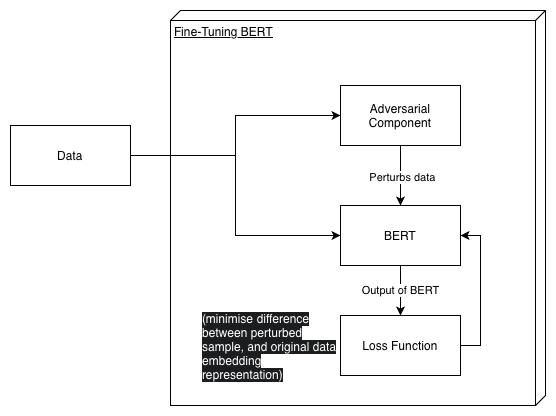
The draw.io diagram Report/BERT-finetuning.drawio.png in sadjordan/Detecting-Fake-News-with-Deep-Learning, before a commit. Source tidied: cells renumbered, new cells last; positions are measured from the earlier drawing's top-left corner, leaving out a move shared by most shapes. The source it was exported from:
```xml
<mxGraphModel>
  <root>
    <mxCell id="0" />
    <mxCell id="1" parent="0" />
    <mxCell id="2" value="Fine-Tuning BERT&lt;div&gt;&lt;br&gt;&lt;/div&gt;" style="verticalAlign=top;align=left;spacingTop=8;spacingLeft=2;spacingRight=12;shape=cube;size=10;direction=south;fontStyle=4;html=1;whiteSpace=wrap;" parent="1" vertex="1">
      <mxGeometry x="160" width="375" height="395" as="geometry" />
    </mxCell>
    <mxCell id="3" style="edgeStyle=orthogonalEdgeStyle;rounded=0;jettySize=auto;html=1;entryX=0;entryY=0.5;entryDx=0;entryDy=0;" parent="1" edge="1" source="5" target="10">
      <mxGeometry relative="1" as="geometry" />
    </mxCell>
    <mxCell id="4" style="edgeStyle=orthogonalEdgeStyle;rounded=0;jettySize=auto;html=1;entryX=0;entryY=0.5;entryDx=0;entryDy=0;" parent="1" edge="1" source="5" target="7">
      <mxGeometry relative="1" as="geometry" />
    </mxCell>
    <mxCell id="5" value="Data" style="rounded=0;whiteSpace=wrap;html=1;" parent="1" vertex="1">
      <mxGeometry y="115" width="120" height="60" as="geometry" />
    </mxCell>
    <mxCell id="6" value="Output of BERT" style="edgeStyle=orthogonalEdgeStyle;rounded=0;jettySize=auto;html=1;entryX=0.5;entryY=0;entryDx=0;entryDy=0;" parent="1" edge="1" source="7" target="13">
      <mxGeometry relative="1" as="geometry" />
    </mxCell>
    <mxCell id="7" value="BERT" style="rounded=0;whiteSpace=wrap;html=1;" parent="1" vertex="1">
      <mxGeometry x="330" y="195" width="120" height="60" as="geometry" />
    </mxCell>
    <mxCell id="8" style="edgeStyle=orthogonalEdgeStyle;rounded=0;jettySize=auto;html=1;entryX=0.5;entryY=0;entryDx=0;entryDy=0;" parent="1" edge="1" source="10" target="7">
      <mxGeometry relative="1" as="geometry" />
    </mxCell>
    <mxCell id="9" value="Perturbs data" style="edgeLabel;html=1;align=center;verticalAlign=middle;" parent="8" vertex="1">
      <mxGeometry x="0.05" y="1" relative="1" as="geometry" />
    </mxCell>
    <mxCell id="10" value="Adversarial Component" style="rounded=0;whiteSpace=wrap;html=1;" parent="1" vertex="1">
      <mxGeometry x="330" y="75" width="120" height="60" as="geometry" />
    </mxCell>
    <mxCell id="11" value="&lt;span style=&quot;caret-color: rgb(255, 255, 255); color: rgb(255, 255, 255); font-family: Helvetica; font-size: 12px; font-style: normal; font-variant-caps: normal; font-weight: 400; letter-spacing: normal; text-align: center; text-indent: 0px; text-transform: none; white-space: normal; word-spacing: 0px; -webkit-text-stroke-width: 0px; background-color: rgb(27, 29, 30); text-decoration: none; float: none; display: inline !important;&quot;&gt;(minimise difference between perturbed sample, and original data embedding representation)&lt;/span&gt;" style="text;whiteSpace=wrap;html=1;" parent="1" vertex="1">
      <mxGeometry x="190" y="295" width="140" height="60" as="geometry" />
    </mxCell>
    <mxCell id="12" style="edgeStyle=orthogonalEdgeStyle;rounded=0;jettySize=auto;html=1;entryX=1;entryY=0.5;entryDx=0;entryDy=0;" parent="1" edge="1" source="13" target="7">
      <mxGeometry relative="1" as="geometry">
        <Array as="points">
          <mxPoint x="470" y="335" />
          <mxPoint x="470" y="225" />
        </Array>
      </mxGeometry>
    </mxCell>
    <mxCell id="13" value="Loss Function" style="rounded=0;whiteSpace=wrap;html=1;" parent="1" vertex="1">
      <mxGeometry x="330" y="305" width="120" height="60" as="geometry" />
    </mxCell>
  </root>
</mxGraphModel>
```
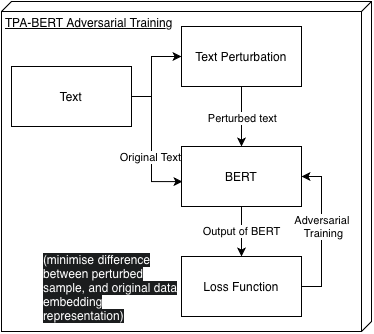
Later version of the same file.

Diff of the diagram source:
```diff
@@ -2,17 +2,11 @@
   <root>
     <mxCell id="0" />
     <mxCell id="1" parent="0" />
-    <mxCell id="2" value="Fine-Tuning BERT&lt;div&gt;&lt;br&gt;&lt;/div&gt;" style="verticalAlign=top;align=left;spacingTop=8;spacingLeft=2;spacingRight=12;shape=cube;size=10;direction=south;fontStyle=4;html=1;whiteSpace=wrap;" parent="1" vertex="1">
-      <mxGeometry x="160" width="375" height="395" as="geometry" />
+    <mxCell id="2" value="&lt;div&gt;TPA-BERT Adversarial Training&lt;/div&gt;" style="verticalAlign=top;align=left;spacingTop=8;spacingLeft=2;spacingRight=12;shape=cube;size=10;direction=south;fontStyle=4;html=1;whiteSpace=wrap;" parent="1" vertex="1">
+      <mxGeometry x="150" y="50" width="370" height="330" as="geometry" />
     </mxCell>
-    <mxCell id="3" style="edgeStyle=orthogonalEdgeStyle;rounded=0;jettySize=auto;html=1;entryX=0;entryY=0.5;entryDx=0;entryDy=0;" parent="1" edge="1" source="5" target="10">
-      <mxGeometry relative="1" as="geometry" />
-    </mxCell>
-    <mxCell id="4" style="edgeStyle=orthogonalEdgeStyle;rounded=0;jettySize=auto;html=1;entryX=0;entryY=0.5;entryDx=0;entryDy=0;" parent="1" edge="1" source="5" target="7">
-      <mxGeometry relative="1" as="geometry" />
-    </mxCell>
-    <mxCell id="5" value="Data" style="rounded=0;whiteSpace=wrap;html=1;" parent="1" vertex="1">
-      <mxGeometry y="115" width="120" height="60" as="geometry" />
+    <mxCell id="5" value="Text" style="rounded=0;whiteSpace=wrap;html=1;" parent="1" vertex="1">
+      <mxGeometry x="160" y="115" width="120" height="60" as="geometry" />
     </mxCell>
     <mxCell id="6" value="Output of BERT" style="edgeStyle=orthogonalEdgeStyle;rounded=0;jettySize=auto;html=1;entryX=0.5;entryY=0;entryDx=0;entryDy=0;" parent="1" edge="1" source="7" target="13">
       <mxGeometry relative="1" as="geometry" />
@@ -23,10 +17,10 @@
     <mxCell id="8" style="edgeStyle=orthogonalEdgeStyle;rounded=0;jettySize=auto;html=1;entryX=0.5;entryY=0;entryDx=0;entryDy=0;" parent="1" edge="1" source="10" target="7">
       <mxGeometry relative="1" as="geometry" />
     </mxCell>
-    <mxCell id="9" value="Perturbs data" style="edgeLabel;html=1;align=center;verticalAlign=middle;" parent="8" vertex="1">
+    <mxCell id="9" value="Perturbed text" style="edgeLabel;html=1;align=center;verticalAlign=middle;" parent="8" vertex="1">
       <mxGeometry x="0.05" y="1" relative="1" as="geometry" />
     </mxCell>
-    <mxCell id="10" value="Adversarial Component" style="rounded=0;whiteSpace=wrap;html=1;" parent="1" vertex="1">
+    <mxCell id="10" value="Text Perturbation" style="rounded=0;whiteSpace=wrap;html=1;" parent="1" vertex="1">
       <mxGeometry x="330" y="75" width="120" height="60" as="geometry" />
     </mxCell>
     <mxCell id="11" value="&lt;span style=&quot;caret-color: rgb(255, 255, 255); color: rgb(255, 255, 255); font-family: Helvetica; font-size: 12px; font-style: normal; font-variant-caps: normal; font-weight: 400; letter-spacing: normal; text-align: center; text-indent: 0px; text-transform: none; white-space: normal; word-spacing: 0px; -webkit-text-stroke-width: 0px; background-color: rgb(27, 29, 30); text-decoration: none; float: none; display: inline !important;&quot;&gt;(minimise difference between perturbed sample, and original data embedding representation)&lt;/span&gt;" style="text;whiteSpace=wrap;html=1;" parent="1" vertex="1">
@@ -40,8 +34,32 @@
         </Array>
       </mxGeometry>
     </mxCell>
+    <mxCell id="14" value="Adversarial&amp;nbsp;&lt;div&gt;Training&lt;/div&gt;" style="edgeLabel;html=1;align=center;verticalAlign=middle;" parent="12" vertex="1">
+      <mxGeometry x="0.08" y="-2" relative="1" as="geometry" />
+    </mxCell>
     <mxCell id="13" value="Loss Function" style="rounded=0;whiteSpace=wrap;html=1;" parent="1" vertex="1">
       <mxGeometry x="330" y="305" width="120" height="60" as="geometry" />
     </mxCell>
+    <mxCell id="15" style="edgeStyle=orthogonalEdgeStyle;rounded=0;jettySize=auto;html=1;" parent="1" edge="1" target="10">
+      <mxGeometry relative="1" as="geometry">
+        <mxPoint x="280" y="145" as="sourcePoint" />
+        <Array as="points">
+          <mxPoint x="300" y="145" />
+          <mxPoint x="300" y="105" />
+        </Array>
+      </mxGeometry>
+    </mxCell>
+    <mxCell id="16" style="edgeStyle=orthogonalEdgeStyle;rounded=0;jettySize=auto;html=1;entryX=0.008;entryY=0.585;entryDx=0;entryDy=0;entryPerimeter=0;" parent="1" edge="1" target="7">
+      <mxGeometry relative="1" as="geometry">
+        <mxPoint x="280" y="145" as="sourcePoint" />
+        <Array as="points">
+          <mxPoint x="300" y="145" />
+          <mxPoint x="300" y="230" />
+        </Array>
+      </mxGeometry>
+    </mxCell>
+    <mxCell id="17" value="Original Text" style="edgeLabel;html=1;align=center;verticalAlign=middle;" parent="16" vertex="1">
+      <mxGeometry x="0.19" y="-1" relative="1" as="geometry" />
+    </mxCell>
   </root>
 </mxGraphModel>
```
